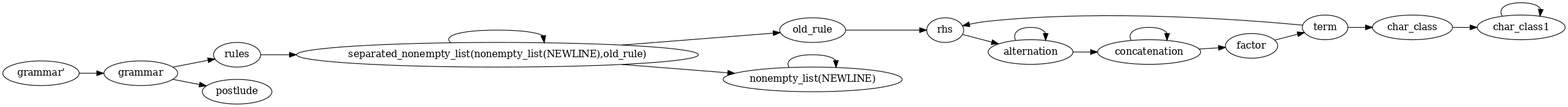
Earlier version of the Graphviz export sentenceParser.png (meta-introspector/gbnf-nice-parser). Its source is kept beside it as lib/sentenceParser.dot.
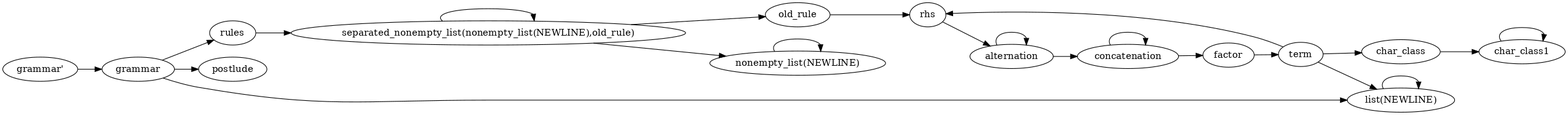
The same file after the commit.

Diff of the diagram source:
```diff
@@ -10,30 +10,34 @@
 nt5 [ label="postlude" ] ;
 nt6 [ label="old_rule" ] ;
 nt7 [ label="nonempty_list(NEWLINE)" ] ;
-nt8 [ label="grammar" ] ;
-nt9 [ label="factor" ] ;
-nt10 [ label="concatenation" ] ;
-nt11 [ label="char_class1" ] ;
-nt12 [ label="char_class" ] ;
-nt13 [ label="alternation" ] ;
-nt0 -> nt8 [ label="" ] ;
+nt8 [ label="list(NEWLINE)" ] ;
+nt9 [ label="grammar" ] ;
+nt10 [ label="factor" ] ;
+nt11 [ label="concatenation" ] ;
+nt12 [ label="char_class1" ] ;
+nt13 [ label="char_class" ] ;
+nt14 [ label="alternation" ] ;
+nt0 -> nt9 [ label="" ] ;
 nt1 -> nt4 [ label="" ] ;
-nt1 -> nt12 [ label="" ] ;
+nt1 -> nt8 [ label="" ] ;
+nt1 -> nt13 [ label="" ] ;
 nt2 -> nt2 [ label="" ] ;
 nt2 -> nt6 [ label="" ] ;
 nt2 -> nt7 [ label="" ] ;
 nt3 -> nt2 [ label="" ] ;
-nt4 -> nt13 [ label="" ] ;
+nt4 -> nt14 [ label="" ] ;
 nt6 -> nt4 [ label="" ] ;
 nt7 -> nt7 [ label="" ] ;
-nt8 -> nt3 [ label="" ] ;
-nt8 -> nt5 [ label="" ] ;
-nt9 -> nt1 [ label="" ] ;
-nt10 -> nt9 [ label="" ] ;
-nt10 -> nt10 [ label="" ] ;
+nt8 -> nt8 [ label="" ] ;
+nt9 -> nt3 [ label="" ] ;
+nt9 -> nt5 [ label="" ] ;
+nt9 -> nt8 [ label="" ] ;
+nt10 -> nt1 [ label="" ] ;
+nt11 -> nt10 [ label="" ] ;
 nt11 -> nt11 [ label="" ] ;
-nt12 -> nt11 [ label="" ] ;
-nt13 -> nt10 [ label="" ] ;
-nt13 -> nt13 [ label="" ] ;
+nt12 -> nt12 [ label="" ] ;
+nt13 -> nt12 [ label="" ] ;
+nt14 -> nt11 [ label="" ] ;
+nt14 -> nt14 [ label="" ] ;
 
 }
```
